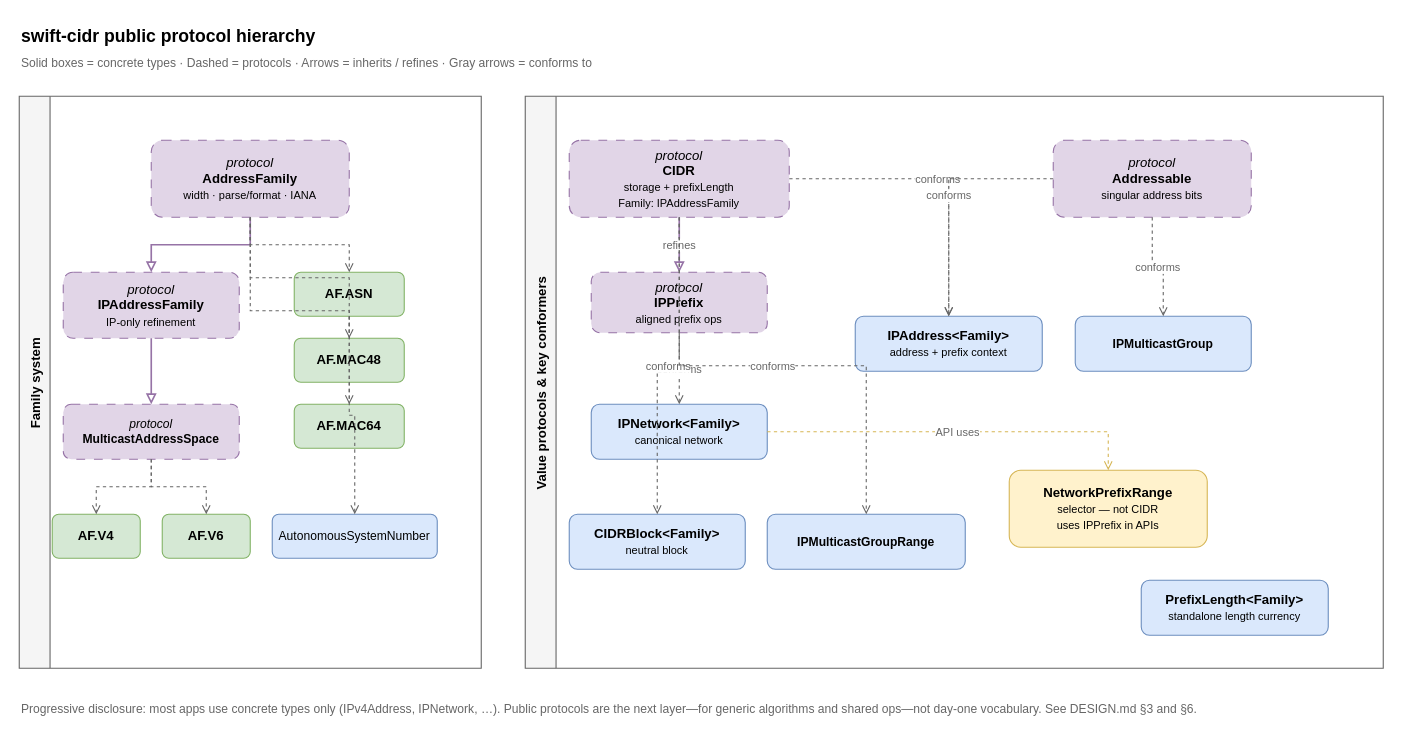
Before: Documentation/Architecture/protocol-hierarchy.drawio in RouteObjects/swift-cidr, a draw.io diagram. Source tidied: cells renumbered, new cells numbered last; positions are measured from the earlier drawing's top-left corner, leaving out a move shared by most shapes. Both pictures are drawn from the tidied source at 110%, with x=0, y=0 at pixel (19, 19).
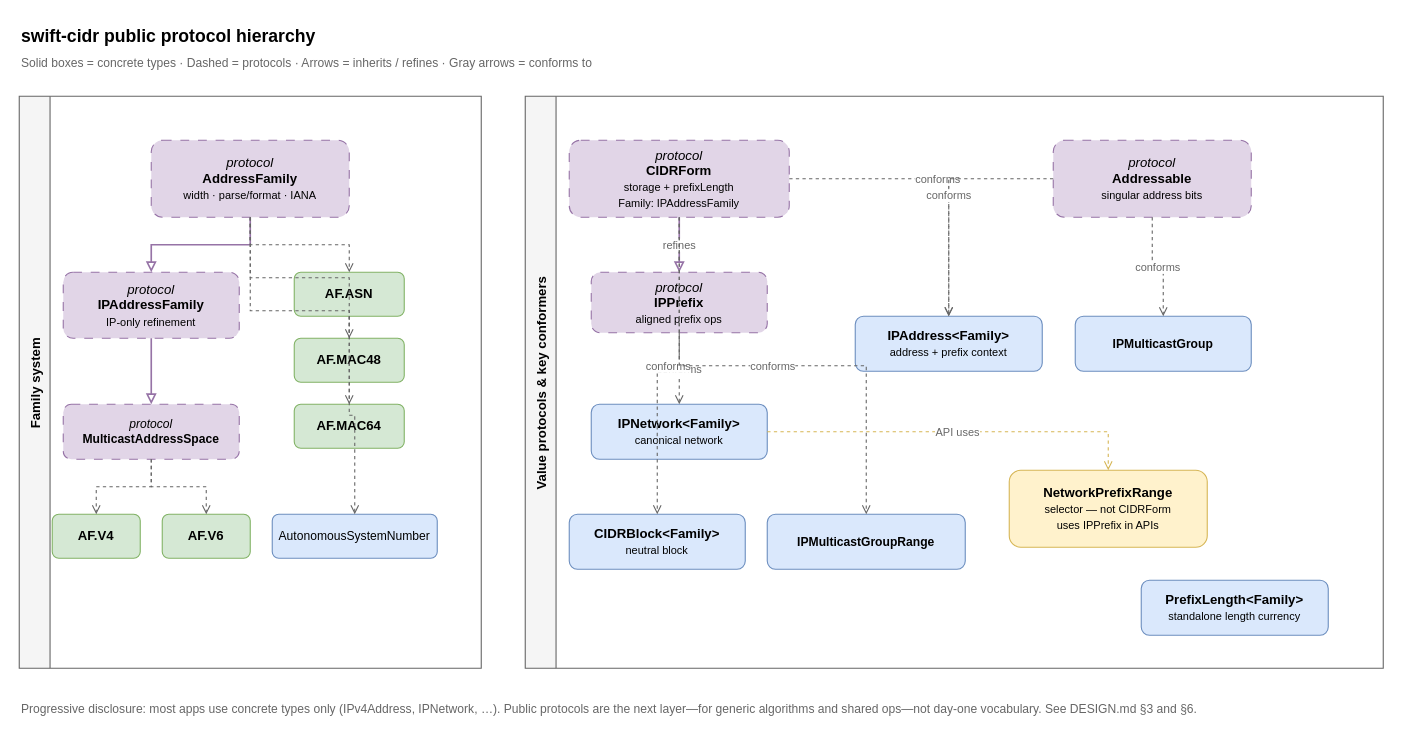
The same page after the edit.

The change refers to these unchanged cells:
```xml
<mxCell id="22" value="Value protocols &amp; key conformers" style="swimlane;horizontal=0;startSize=28;fillColor=#f5f5f5;strokeColor=#666666;fontStyle=1;fontSize=12;" parent="1" vertex="1">
  <mxGeometry x="460" y="70" width="780" height="520" as="geometry" />
</mxCell>
```

Diff of the diagram source:
```diff
@@
-    <mxCell id="23" value="&lt;i&gt;protocol&lt;/i&gt;&lt;br&gt;&lt;b&gt;CIDR&lt;/b&gt;&lt;br&gt;&lt;font style=&quot;font-size:10px&quot;&gt;storage + prefixLength&lt;br&gt;Family: IPAddressFamily&lt;/font&gt;" style="rounded=1;whiteSpace=wrap;html=1;dashed=1;dashPattern=8 8;fillColor=#e1d5e7;strokeColor=#9673a6;align=center;verticalAlign=middle;" parent="22" vertex="1">
+    <mxCell id="23" value="&lt;i&gt;protocol&lt;/i&gt;&lt;br&gt;&lt;b&gt;CIDRForm&lt;/b&gt;&lt;br&gt;&lt;font style=&quot;font-size:10px&quot;&gt;storage + prefixLength&lt;br&gt;Family: IPAddressFamily&lt;/font&gt;" style="rounded=1;whiteSpace=wrap;html=1;dashed=1;dashPattern=8 8;fillColor=#e1d5e7;strokeColor=#9673a6;align=center;verticalAlign=middle;" parent="22" vertex="1">
       <mxGeometry x="40" y="40" width="200" height="70" as="geometry" />
     </mxCell>
@@
-    <mxCell id="31" value="&lt;b&gt;NetworkPrefixRange&lt;/b&gt;&lt;br&gt;&lt;font style=&quot;font-size:10px&quot;&gt;selector — not CIDR&lt;br&gt;uses IPPrefix in APIs&lt;/font&gt;" style="rounded=1;whiteSpace=wrap;html=1;fillColor=#fff2cc;strokeColor=#d6b656;align=center;verticalAlign=middle;" parent="22" vertex="1">
+    <mxCell id="31" value="&lt;b&gt;NetworkPrefixRange&lt;/b&gt;&lt;br&gt;&lt;font style=&quot;font-size:10px&quot;&gt;selector — not CIDRForm&lt;br&gt;uses IPPrefix in APIs&lt;/font&gt;" style="rounded=1;whiteSpace=wrap;html=1;fillColor=#fff2cc;strokeColor=#d6b656;align=center;verticalAlign=middle;" parent="22" vertex="1">
       <mxGeometry x="440" y="340" width="180" height="70" as="geometry" />
     </mxCell>
```
